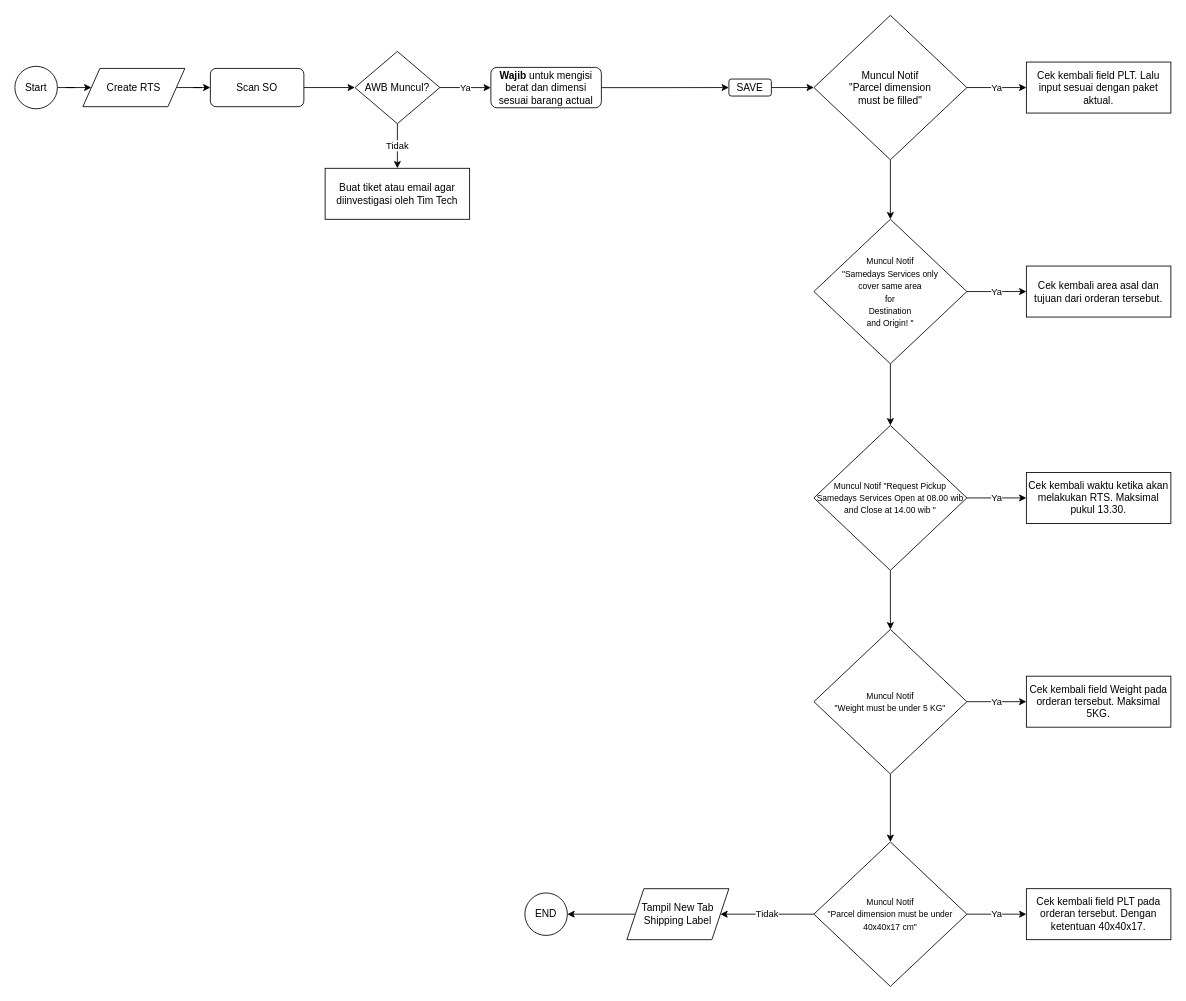
Above: reqPickupSDS.drawio in kucingtampan007/draw-io (draw.io), before the change. Source tidied: cells renumbered, new cells numbered last; positions are measured from the earlier drawing's top-left corner, leaving out a move shared by most shapes. Both pictures are drawn from the tidied source at 85%, with x=0, y=0 at pixel (14, 15).
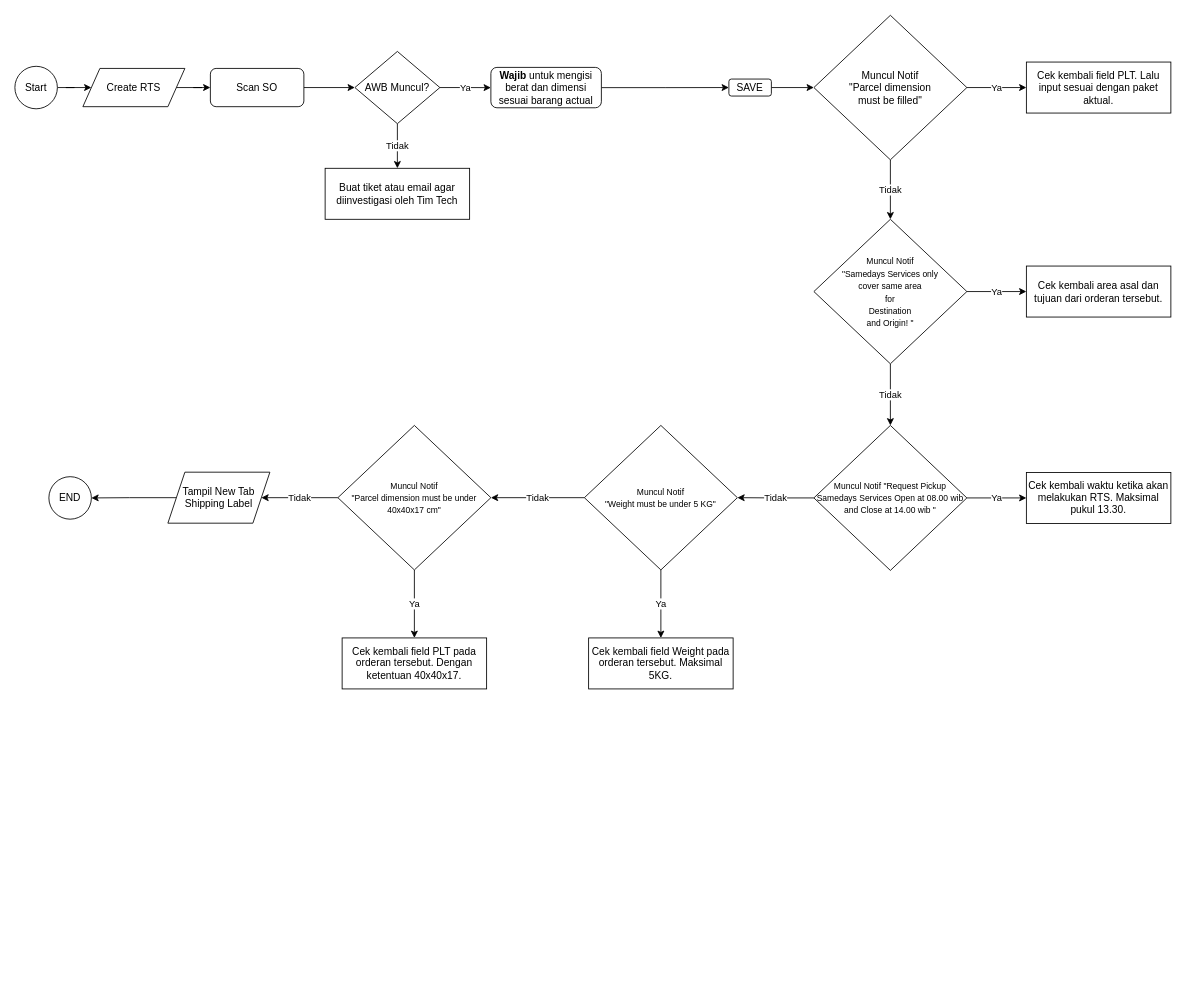
Above is the later version.

Unchanged cells that the change refers to:
```xml
<mxCell id="21" value="&lt;font style=&quot;font-size: 10px&quot;&gt;Muncul Notif &quot;Request Pickup Samedays Services Open at 08.00 wib and Close at 14.00 wib &quot;&lt;/font&gt;" style="rhombus;whiteSpace=wrap;html=1;" parent="1" vertex="1">
  <mxGeometry x="940" y="482" width="180" height="170.6" as="geometry" />
</mxCell>
<mxCell id="24" value="&lt;div&gt;&lt;font style=&quot;font-size: 10px&quot;&gt;Muncul Notif&lt;br&gt;&lt;/font&gt;&lt;/div&gt;&lt;div&gt;&lt;font style=&quot;font-size: 10px&quot;&gt;&quot;Samedays Services only &lt;br&gt;&lt;/font&gt;&lt;/div&gt;&lt;div&gt;&lt;font style=&quot;font-size: 10px&quot;&gt;cover same area &lt;br&gt;&lt;/font&gt;&lt;/div&gt;&lt;div&gt;&lt;font style=&quot;font-size: 10px&quot;&gt;for &lt;br&gt;&lt;/font&gt;&lt;/div&gt;&lt;div&gt;&lt;font style=&quot;font-size: 10px&quot;&gt;Destination&lt;/font&gt;&lt;/div&gt;&lt;div&gt;&lt;font style=&quot;font-size: 10px&quot;&gt; and Origin! &quot;&lt;/font&gt;&lt;/div&gt;" style="rhombus;whiteSpace=wrap;html=1;" parent="1" vertex="1">
  <mxGeometry x="940" y="239.5" width="180" height="170" as="geometry" />
</mxCell>
<mxCell id="36" value="Muncul Notif&lt;br&gt;&lt;div&gt;&quot;Parcel dimension&lt;/div&gt;&lt;div&gt; must be filled&quot;&lt;/div&gt;" style="rhombus;whiteSpace=wrap;html=1;" parent="1" vertex="1">
  <mxGeometry x="940" y="-0.5" width="180" height="170" as="geometry" />
</mxCell>
```

What changed in the source:
```diff
@@
-    <mxCell id="15" style="edgeStyle=orthogonalEdgeStyle;rounded=0;jettySize=auto;html=1;" parent="1" edge="1" source="17" target="29">
+    <mxCell id="15" value="Tidak" style="edgeStyle=orthogonalEdgeStyle;rounded=0;jettySize=auto;html=1;" parent="1" edge="1" source="17" target="29">
       <mxGeometry relative="1" as="geometry" />
     </mxCell>
@@
     <mxCell id="17" value="&lt;div&gt;&lt;font style=&quot;font-size: 10px&quot;&gt;Muncul Notif &lt;br&gt;&lt;/font&gt;&lt;/div&gt;&lt;div&gt;&lt;font style=&quot;font-size: 10px&quot;&gt;&quot;Weight must be under 5 KG&quot;&lt;/font&gt;&lt;/div&gt;" style="rhombus;whiteSpace=wrap;html=1;" parent="1" vertex="1">
-      <mxGeometry x="940" y="722" width="180" height="170" as="geometry" />
+      <mxGeometry x="670" y="482" width="180" height="170" as="geometry" />
     </mxCell>
@@
-    <mxCell id="20" style="edgeStyle=orthogonalEdgeStyle;rounded=0;jettySize=auto;html=1;" parent="1" edge="1" source="21" target="17">
+    <mxCell id="20" value="Tidak" style="edgeStyle=orthogonalEdgeStyle;rounded=0;jettySize=auto;html=1;" parent="1" edge="1" source="21" target="17">
       <mxGeometry relative="1" as="geometry" />
     </mxCell>
@@
-    <mxCell id="23" style="edgeStyle=orthogonalEdgeStyle;rounded=0;jettySize=auto;html=1;" parent="1" edge="1" source="24" target="21">
+    <mxCell id="23" value="Tidak" style="edgeStyle=orthogonalEdgeStyle;rounded=0;jettySize=auto;html=1;" parent="1" edge="1" source="24" target="21">
       <mxGeometry relative="1" as="geometry" />
     </mxCell>
@@
     <mxCell id="25" value="Cek kembali field Weight pada orderan tersebut. Maksimal 5KG." style="rounded=0;whiteSpace=wrap;html=1;" parent="1" vertex="1">
-      <mxGeometry x="1190" y="777" width="170" height="60" as="geometry" />
+      <mxGeometry x="675" y="732" width="170" height="60" as="geometry" />
     </mxCell>
@@
+    <mxCell id="28" value="Tidak" style="edgeStyle=orthogonalEdgeStyle;rounded=0;jettySize=auto;html=1;" parent="1" edge="1" source="29" target="32">
+      <mxGeometry relative="1" as="geometry" />
+    </mxCell>
@@
-    <mxCell id="28" value="Tidak" style="edgeStyle=orthogonalEdgeStyle;rounded=0;jettySize=auto;html=1;" parent="1" edge="1" source="29" target="32">
-      <mxGeometry relative="1" as="geometry" />
-    </mxCell>
     <mxCell id="29" value="&lt;div&gt;&lt;font style=&quot;font-size: 10px&quot;&gt;Muncul Notif &lt;br&gt;&lt;/font&gt;&lt;/div&gt;&lt;div&gt;&lt;font style=&quot;font-size: 10px&quot;&gt;&quot;Parcel dimension must be under 40x40x17 cm&quot;&lt;/font&gt;&lt;/div&gt;" style="rhombus;whiteSpace=wrap;html=1;" parent="1" vertex="1">
-      <mxGeometry x="940" y="972" width="180" height="170" as="geometry" />
+      <mxGeometry x="380" y="482" width="180" height="170" as="geometry" />
     </mxCell>
     <mxCell id="30" value="Cek kembali field PLT pada orderan tersebut. Dengan ketentuan 40x40x17." style="rounded=0;whiteSpace=wrap;html=1;" parent="1" vertex="1">
-      <mxGeometry x="1190" y="1027" width="170" height="60" as="geometry" />
+      <mxGeometry x="385" y="732" width="170" height="60" as="geometry" />
     </mxCell>
@@
     <mxCell id="32" value="Tampil New Tab Shipping Label" style="shape=parallelogram;perimeter=parallelogramPerimeter;whiteSpace=wrap;html=1;fixedSize=1;" parent="1" vertex="1">
-      <mxGeometry x="720" y="1027" width="120" height="60" as="geometry" />
+      <mxGeometry x="180" y="537" width="120" height="60" as="geometry" />
     </mxCell>
     <mxCell id="33" value="END" style="ellipse;whiteSpace=wrap;html=1;" parent="1" vertex="1">
-      <mxGeometry x="600" y="1032" width="50" height="50" as="geometry" />
+      <mxGeometry x="40" y="542.3" width="50" height="50" as="geometry" />
     </mxCell>
-    <mxCell id="34" style="edgeStyle=orthogonalEdgeStyle;rounded=0;jettySize=auto;html=1;" parent="1" edge="1" source="36" target="24">
+    <mxCell id="34" value="Tidak" style="edgeStyle=orthogonalEdgeStyle;rounded=0;jettySize=auto;html=1;" parent="1" edge="1" source="36" target="24">
       <mxGeometry relative="1" as="geometry" />
     </mxCell>
```
